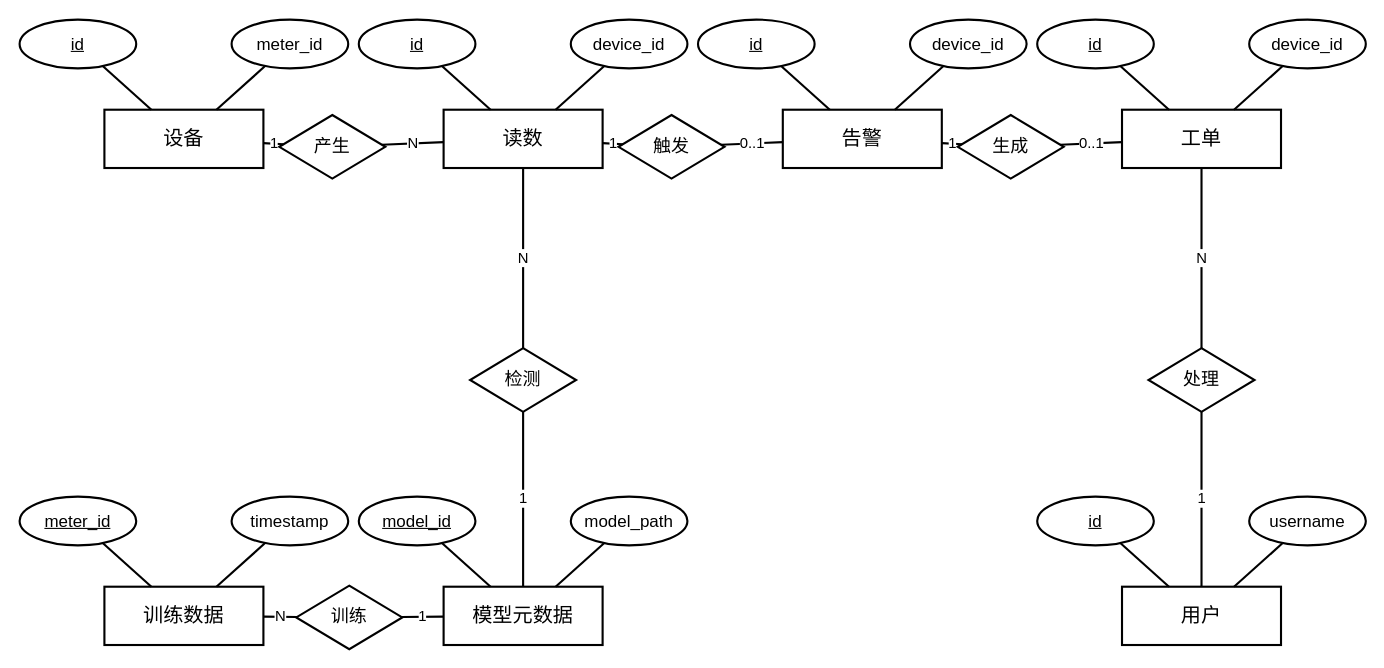
Before: pictures_drawio/系统总体E-R图.drawio in solisW/my_thesis_system, a draw.io diagram. Source tidied: cells renumbered, new cells numbered last; positions are measured from the earlier drawing's top-left corner, leaving out a move shared by most shapes. Both pictures are drawn from the tidied source at 106%, with x=0, y=0 at pixel (19, 19).
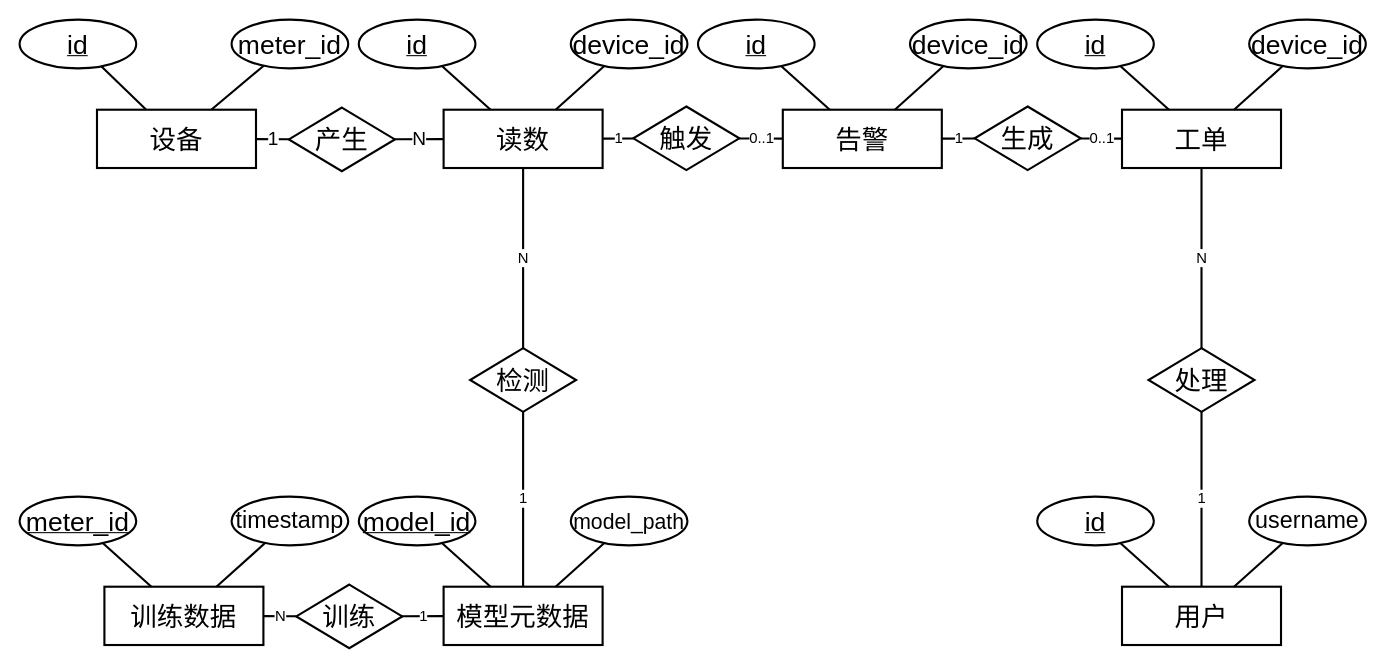
The same page after the edit.

What changed in the source:
```diff
@@
-    <mxCell id="2" value="用户" style="rounded=0;whiteSpace=wrap;html=1;fillColor=#ffffff;strokeColor=#000000;strokeWidth=2;fontSize=19;" parent="1" vertex="1">
+    <mxCell id="2" value="&lt;font style=&quot;font-size: 25px;&quot;&gt;用户&lt;/font&gt;" style="rounded=0;whiteSpace=wrap;html=1;fillColor=#ffffff;strokeColor=#000000;strokeWidth=2;fontSize=19;" parent="1" vertex="1">
       <mxGeometry x="1040" y="535" width="150" height="55" as="geometry" />
     </mxCell>
-    <mxCell id="3" value="&lt;u&gt;id&lt;/u&gt;" style="ellipse;whiteSpace=wrap;html=1;fillColor=#ffffff;strokeColor=#000000;strokeWidth=2;fontSize=16;" parent="1" vertex="1">
+    <mxCell id="3" value="&lt;u&gt;&lt;font style=&quot;font-size: 25px;&quot;&gt;id&lt;/font&gt;&lt;/u&gt;" style="ellipse;whiteSpace=wrap;html=1;fillColor=#ffffff;strokeColor=#000000;strokeWidth=2;fontSize=16;" parent="1" vertex="1">
       <mxGeometry x="960" y="450" width="110" height="46" as="geometry" />
     </mxCell>
@@
-    <mxCell id="5" value="username" style="ellipse;whiteSpace=wrap;html=1;fillColor=#ffffff;strokeColor=#000000;strokeWidth=2;fontSize=16;" parent="1" vertex="1">
+    <mxCell id="5" value="&lt;font style=&quot;font-size: 22px;&quot;&gt;username&lt;/font&gt;" style="ellipse;whiteSpace=wrap;html=1;fillColor=#ffffff;strokeColor=#000000;strokeWidth=2;fontSize=16;" parent="1" vertex="1">
       <mxGeometry x="1160" y="450" width="110" height="46" as="geometry" />
     </mxCell>
@@
-    <mxCell id="7" value="设备" style="rounded=0;whiteSpace=wrap;html=1;fillColor=#ffffff;strokeColor=#000000;strokeWidth=2;fontSize=19;" parent="1" vertex="1">
-      <mxGeometry x="80" y="85" width="150" height="55" as="geometry" />
+    <mxCell id="7" value="&lt;font style=&quot;font-size: 25px;&quot;&gt;设备&lt;/font&gt;" style="rounded=0;whiteSpace=wrap;html=1;fillColor=#ffffff;strokeColor=#000000;strokeWidth=2;fontSize=19;" parent="1" vertex="1">
+      <mxGeometry x="73" y="85" width="150" height="55" as="geometry" />
     </mxCell>
-    <mxCell id="8" value="&lt;u&gt;id&lt;/u&gt;" style="ellipse;whiteSpace=wrap;html=1;fillColor=#ffffff;strokeColor=#000000;strokeWidth=2;fontSize=16;" parent="1" vertex="1">
+    <mxCell id="8" value="&lt;u&gt;&lt;font style=&quot;font-size: 25px;&quot;&gt;id&lt;/font&gt;&lt;/u&gt;" style="ellipse;whiteSpace=wrap;html=1;fillColor=#ffffff;strokeColor=#000000;strokeWidth=2;fontSize=16;" parent="1" vertex="1">
       <mxGeometry width="110" height="46" as="geometry" />
     </mxCell>
@@
-    <mxCell id="10" value="meter_id" style="ellipse;whiteSpace=wrap;html=1;fillColor=#ffffff;strokeColor=#000000;strokeWidth=2;fontSize=16;" parent="1" vertex="1">
+    <mxCell id="10" value="&lt;font style=&quot;font-size: 25px;&quot;&gt;meter_id&lt;/font&gt;" style="ellipse;whiteSpace=wrap;html=1;fillColor=#ffffff;strokeColor=#000000;strokeWidth=2;fontSize=16;" parent="1" vertex="1">
       <mxGeometry x="200" width="110" height="46" as="geometry" />
     </mxCell>
@@
-    <mxCell id="12" value="读数" style="rounded=0;whiteSpace=wrap;html=1;fillColor=#ffffff;strokeColor=#000000;strokeWidth=2;fontSize=19;" parent="1" vertex="1">
+    <mxCell id="12" value="&lt;font style=&quot;font-size: 25px;&quot;&gt;读数&lt;/font&gt;" style="rounded=0;whiteSpace=wrap;html=1;fillColor=#ffffff;strokeColor=#000000;strokeWidth=2;fontSize=19;" parent="1" vertex="1">
       <mxGeometry x="400" y="85" width="150" height="55" as="geometry" />
     </mxCell>
-    <mxCell id="13" value="&lt;u&gt;id&lt;/u&gt;" style="ellipse;whiteSpace=wrap;html=1;fillColor=#ffffff;strokeColor=#000000;strokeWidth=2;fontSize=16;" parent="1" vertex="1">
+    <mxCell id="13" value="&lt;u&gt;&lt;font style=&quot;font-size: 25px;&quot;&gt;id&lt;/font&gt;&lt;/u&gt;" style="ellipse;whiteSpace=wrap;html=1;fillColor=#ffffff;strokeColor=#000000;strokeWidth=2;fontSize=16;" parent="1" vertex="1">
       <mxGeometry x="320" width="110" height="46" as="geometry" />
     </mxCell>
@@
-    <mxCell id="15" value="device_id" style="ellipse;whiteSpace=wrap;html=1;fillColor=#ffffff;strokeColor=#000000;strokeWidth=2;fontSize=16;" parent="1" vertex="1">
+    <mxCell id="15" value="&lt;font style=&quot;font-size: 25px;&quot;&gt;device_id&lt;/font&gt;" style="ellipse;whiteSpace=wrap;html=1;fillColor=#ffffff;strokeColor=#000000;strokeWidth=2;fontSize=16;" parent="1" vertex="1">
       <mxGeometry x="520" width="110" height="46" as="geometry" />
     </mxCell>
@@
-    <mxCell id="17" value="告警" style="rounded=0;whiteSpace=wrap;html=1;fillColor=#ffffff;strokeColor=#000000;strokeWidth=2;fontSize=19;" parent="1" vertex="1">
+    <mxCell id="17" value="&lt;font style=&quot;font-size: 25px;&quot;&gt;告警&lt;/font&gt;" style="rounded=0;whiteSpace=wrap;html=1;fillColor=#ffffff;strokeColor=#000000;strokeWidth=2;fontSize=19;" parent="1" vertex="1">
       <mxGeometry x="720" y="85" width="150" height="55" as="geometry" />
     </mxCell>
-    <mxCell id="18" value="&lt;u&gt;id&lt;/u&gt;" style="ellipse;whiteSpace=wrap;html=1;fillColor=#ffffff;strokeColor=#000000;strokeWidth=2;fontSize=16;" parent="1" vertex="1">
+    <mxCell id="18" value="&lt;u&gt;&lt;font style=&quot;font-size: 25px;&quot;&gt;id&lt;/font&gt;&lt;/u&gt;" style="ellipse;whiteSpace=wrap;html=1;fillColor=#ffffff;strokeColor=#000000;strokeWidth=2;fontSize=16;" parent="1" vertex="1">
       <mxGeometry x="640" width="110" height="46" as="geometry" />
     </mxCell>
@@
-    <mxCell id="20" value="device_id" style="ellipse;whiteSpace=wrap;html=1;fillColor=#ffffff;strokeColor=#000000;strokeWidth=2;fontSize=16;" parent="1" vertex="1">
+    <mxCell id="20" value="&lt;font style=&quot;font-size: 25px;&quot;&gt;device_id&lt;/font&gt;" style="ellipse;whiteSpace=wrap;html=1;fillColor=#ffffff;strokeColor=#000000;strokeWidth=2;fontSize=16;" parent="1" vertex="1">
       <mxGeometry x="840" width="110" height="46" as="geometry" />
     </mxCell>
@@
-    <mxCell id="22" value="工单" style="rounded=0;whiteSpace=wrap;html=1;fillColor=#ffffff;strokeColor=#000000;strokeWidth=2;fontSize=19;" parent="1" vertex="1">
+    <mxCell id="22" value="&lt;font style=&quot;font-size: 25px;&quot;&gt;工单&lt;/font&gt;" style="rounded=0;whiteSpace=wrap;html=1;fillColor=#ffffff;strokeColor=#000000;strokeWidth=2;fontSize=19;" parent="1" vertex="1">
       <mxGeometry x="1040" y="85" width="150" height="55" as="geometry" />
     </mxCell>
-    <mxCell id="23" value="&lt;u&gt;id&lt;/u&gt;" style="ellipse;whiteSpace=wrap;html=1;fillColor=#ffffff;strokeColor=#000000;strokeWidth=2;fontSize=16;" parent="1" vertex="1">
+    <mxCell id="23" value="&lt;u&gt;&lt;font style=&quot;font-size: 25px;&quot;&gt;id&lt;/font&gt;&lt;/u&gt;" style="ellipse;whiteSpace=wrap;html=1;fillColor=#ffffff;strokeColor=#000000;strokeWidth=2;fontSize=16;" parent="1" vertex="1">
       <mxGeometry x="960" width="110" height="46" as="geometry" />
     </mxCell>
@@
-    <mxCell id="25" value="device_id" style="ellipse;whiteSpace=wrap;html=1;fillColor=#ffffff;strokeColor=#000000;strokeWidth=2;fontSize=16;" parent="1" vertex="1">
+    <mxCell id="25" value="&lt;font style=&quot;font-size: 25px;&quot;&gt;device_id&lt;/font&gt;" style="ellipse;whiteSpace=wrap;html=1;fillColor=#ffffff;strokeColor=#000000;strokeWidth=2;fontSize=16;" parent="1" vertex="1">
       <mxGeometry x="1160" width="110" height="46" as="geometry" />
     </mxCell>
@@
-    <mxCell id="27" value="模型元数据" style="rounded=0;whiteSpace=wrap;html=1;fillColor=#ffffff;strokeColor=#000000;strokeWidth=2;fontSize=19;" parent="1" vertex="1">
+    <mxCell id="27" value="&lt;font style=&quot;font-size: 25px;&quot;&gt;模型元数据&lt;/font&gt;" style="rounded=0;whiteSpace=wrap;html=1;fillColor=#ffffff;strokeColor=#000000;strokeWidth=2;fontSize=19;" parent="1" vertex="1">
       <mxGeometry x="400" y="535" width="150" height="55" as="geometry" />
     </mxCell>
-    <mxCell id="28" value="&lt;u&gt;model_id&lt;/u&gt;" style="ellipse;whiteSpace=wrap;html=1;fillColor=#ffffff;strokeColor=#000000;strokeWidth=2;fontSize=16;" parent="1" vertex="1">
+    <mxCell id="28" value="&lt;u&gt;&lt;font style=&quot;font-size: 25px;&quot;&gt;model_id&lt;/font&gt;&lt;/u&gt;" style="ellipse;whiteSpace=wrap;html=1;fillColor=#ffffff;strokeColor=#000000;strokeWidth=2;fontSize=16;" parent="1" vertex="1">
       <mxGeometry x="320" y="450" width="110" height="46" as="geometry" />
     </mxCell>
@@
-    <mxCell id="30" value="model_path" style="ellipse;whiteSpace=wrap;html=1;fillColor=#ffffff;strokeColor=#000000;strokeWidth=2;fontSize=16;" parent="1" vertex="1">
+    <mxCell id="30" value="&lt;font style=&quot;font-size: 20px;&quot;&gt;model_path&lt;/font&gt;" style="ellipse;whiteSpace=wrap;html=1;fillColor=#ffffff;strokeColor=#000000;strokeWidth=2;fontSize=16;" parent="1" vertex="1">
       <mxGeometry x="520" y="450" width="110" height="46" as="geometry" />
     </mxCell>
@@
-    <mxCell id="32" value="训练数据" style="rounded=0;whiteSpace=wrap;html=1;fillColor=#ffffff;strokeColor=#000000;strokeWidth=2;fontSize=19;" parent="1" vertex="1">
+    <mxCell id="32" value="&lt;font style=&quot;font-size: 25px;&quot;&gt;训练数据&lt;/font&gt;" style="rounded=0;whiteSpace=wrap;html=1;fillColor=#ffffff;strokeColor=#000000;strokeWidth=2;fontSize=19;" parent="1" vertex="1">
       <mxGeometry x="80" y="535" width="150" height="55" as="geometry" />
     </mxCell>
-    <mxCell id="33" value="&lt;u&gt;meter_id&lt;/u&gt;" style="ellipse;whiteSpace=wrap;html=1;fillColor=#ffffff;strokeColor=#000000;strokeWidth=2;fontSize=16;" parent="1" vertex="1">
+    <mxCell id="33" value="&lt;u&gt;&lt;font style=&quot;font-size: 25px;&quot;&gt;meter_id&lt;/font&gt;&lt;/u&gt;" style="ellipse;whiteSpace=wrap;html=1;fillColor=#ffffff;strokeColor=#000000;strokeWidth=2;fontSize=16;" parent="1" vertex="1">
       <mxGeometry y="450" width="110" height="46" as="geometry" />
     </mxCell>
@@
-    <mxCell id="35" value="timestamp" style="ellipse;whiteSpace=wrap;html=1;fillColor=#ffffff;strokeColor=#000000;strokeWidth=2;fontSize=16;" parent="1" vertex="1">
+    <mxCell id="35" value="&lt;font style=&quot;font-size: 22px;&quot;&gt;timestamp&lt;/font&gt;" style="ellipse;whiteSpace=wrap;html=1;fillColor=#ffffff;strokeColor=#000000;strokeWidth=2;fontSize=16;" parent="1" vertex="1">
       <mxGeometry x="200" y="450" width="110" height="46" as="geometry" />
     </mxCell>
@@
-    <mxCell id="37" value="产生" style="rhombus;whiteSpace=wrap;html=1;fillColor=#ffffff;strokeColor=#000000;strokeWidth=2;fontSize=17;" parent="1" vertex="1">
-      <mxGeometry x="245" y="90" width="100" height="60" as="geometry" />
+    <mxCell id="37" value="&lt;font style=&quot;font-size: 25px;&quot;&gt;产生&lt;/font&gt;" style="rhombus;whiteSpace=wrap;html=1;fillColor=#ffffff;strokeColor=#000000;strokeWidth=2;fontSize=17;" parent="1" vertex="1">
+      <mxGeometry x="254" y="83" width="100" height="60" as="geometry" />
     </mxCell>
-    <mxCell id="38" value="1" style="endArrow=none;html=1;rounded=0;strokeWidth=2;fontSize=14;" parent="1" edge="1" source="7" target="37">
+    <mxCell id="38" value="&lt;font style=&quot;font-size: 18px;&quot;&gt;1&lt;/font&gt;" style="endArrow=none;html=1;rounded=0;strokeWidth=2;fontSize=14;" parent="1" edge="1" source="7" target="37">
       <mxGeometry relative="1" as="geometry" />
     </mxCell>
-    <mxCell id="39" value="N" style="endArrow=none;html=1;rounded=0;strokeWidth=2;fontSize=14;" parent="1" edge="1" source="37" target="12">
+    <mxCell id="39" value="&lt;font style=&quot;font-size: 18px;&quot;&gt;N&lt;/font&gt;" style="endArrow=none;html=1;rounded=0;strokeWidth=2;fontSize=14;" parent="1" edge="1" source="37" target="12">
       <mxGeometry relative="1" as="geometry" />
     </mxCell>
-    <mxCell id="40" value="触发" style="rhombus;whiteSpace=wrap;html=1;fillColor=#ffffff;strokeColor=#000000;strokeWidth=2;fontSize=17;" parent="1" vertex="1">
-      <mxGeometry x="565" y="90" width="100" height="60" as="geometry" />
+    <mxCell id="40" value="&lt;font style=&quot;font-size: 25px;&quot;&gt;触发&lt;/font&gt;" style="rhombus;whiteSpace=wrap;html=1;fillColor=#ffffff;strokeColor=#000000;strokeWidth=2;fontSize=17;" parent="1" vertex="1">
+      <mxGeometry x="579" y="82" width="100" height="60" as="geometry" />
     </mxCell>
@@
-    <mxCell id="43" value="生成" style="rhombus;whiteSpace=wrap;html=1;fillColor=#ffffff;strokeColor=#000000;strokeWidth=2;fontSize=17;" parent="1" vertex="1">
-      <mxGeometry x="885" y="90" width="100" height="60" as="geometry" />
+    <mxCell id="43" value="&lt;font style=&quot;font-size: 25px;&quot;&gt;生成&lt;/font&gt;" style="rhombus;whiteSpace=wrap;html=1;fillColor=#ffffff;strokeColor=#000000;strokeWidth=2;fontSize=17;" parent="1" vertex="1">
+      <mxGeometry x="901" y="82" width="100" height="60" as="geometry" />
     </mxCell>
@@
-    <mxCell id="46" value="训练" style="rhombus;whiteSpace=wrap;html=1;fillColor=#ffffff;strokeColor=#000000;strokeWidth=2;fontSize=17;" parent="1" vertex="1">
-      <mxGeometry x="261" y="534" width="100" height="60" as="geometry" />
+    <mxCell id="46" value="&lt;font style=&quot;font-size: 25px;&quot;&gt;训练&lt;/font&gt;" style="rhombus;whiteSpace=wrap;html=1;fillColor=#ffffff;strokeColor=#000000;strokeWidth=2;fontSize=17;" parent="1" vertex="1">
+      <mxGeometry x="261" y="533" width="100" height="60" as="geometry" />
     </mxCell>
@@
-    <mxCell id="49" value="检测" style="rhombus;whiteSpace=wrap;html=1;fillColor=#ffffff;strokeColor=#000000;strokeWidth=2;fontSize=17;" parent="1" vertex="1">
+    <mxCell id="49" value="&lt;font style=&quot;font-size: 25px;&quot;&gt;检测&lt;/font&gt;" style="rhombus;whiteSpace=wrap;html=1;fillColor=#ffffff;strokeColor=#000000;strokeWidth=2;fontSize=17;" parent="1" vertex="1">
       <mxGeometry x="425" y="310" width="100" height="60" as="geometry" />
     </mxCell>
@@
-    <mxCell id="52" value="处理" style="rhombus;whiteSpace=wrap;html=1;fillColor=#ffffff;strokeColor=#000000;strokeWidth=2;fontSize=17;" parent="1" vertex="1">
+    <mxCell id="52" value="&lt;font style=&quot;font-size: 25px;&quot;&gt;处理&lt;/font&gt;" style="rhombus;whiteSpace=wrap;html=1;fillColor=#ffffff;strokeColor=#000000;strokeWidth=2;fontSize=17;" parent="1" vertex="1">
       <mxGeometry x="1065" y="310" width="100" height="60" as="geometry" />
     </mxCell>
```
